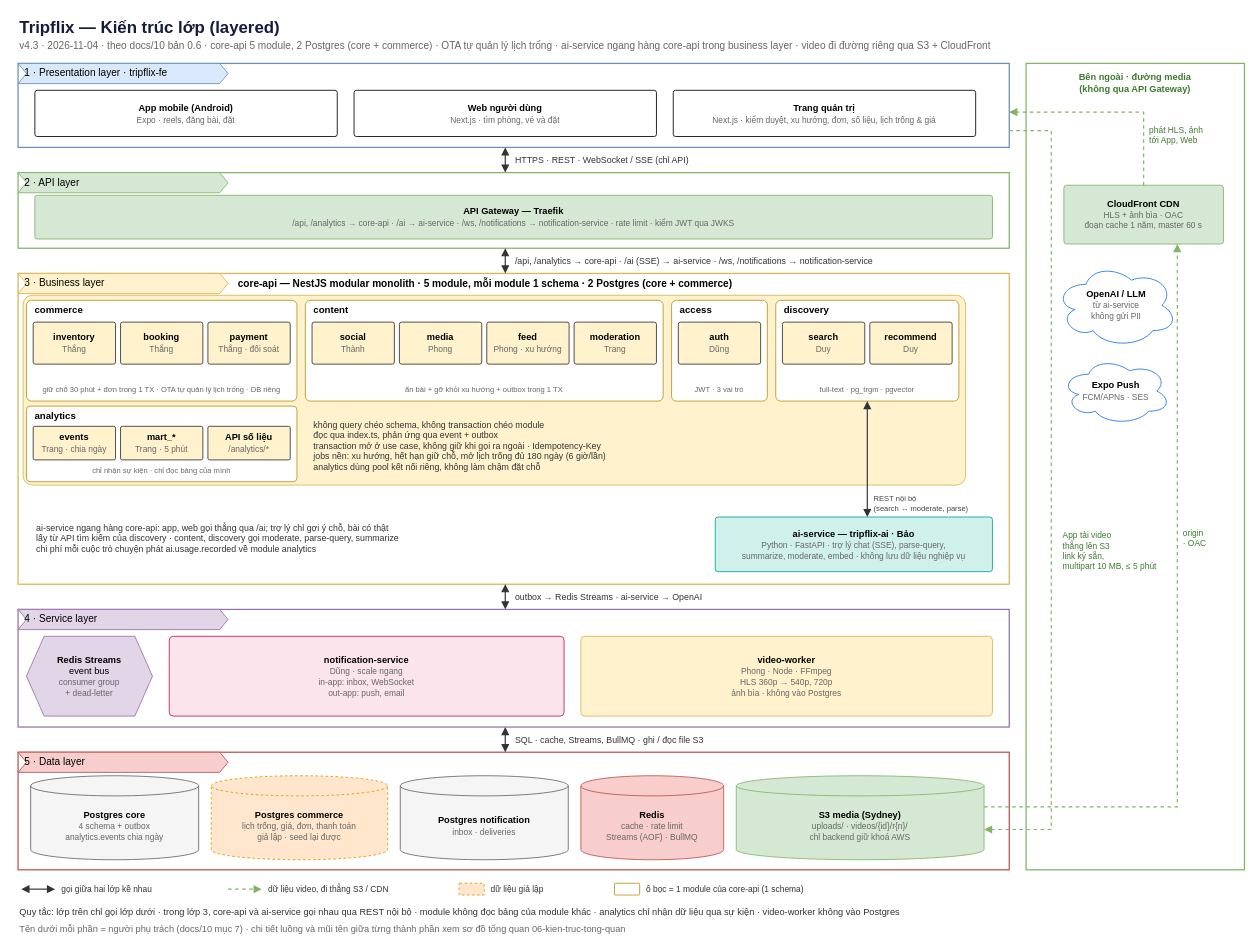
Earlier version of the draw.io diagram docs/architecture/06-kien-truc-lop.drawio (Sukemcute/tripflix-ai). Source tidied: cells renumbered, new cells numbered last; positions are measured from the earlier drawing's top-left corner, leaving out a move shared by most shapes. Both pictures are drawn from the tidied source at 84%, with x=0, y=0 at pixel (18, 14).
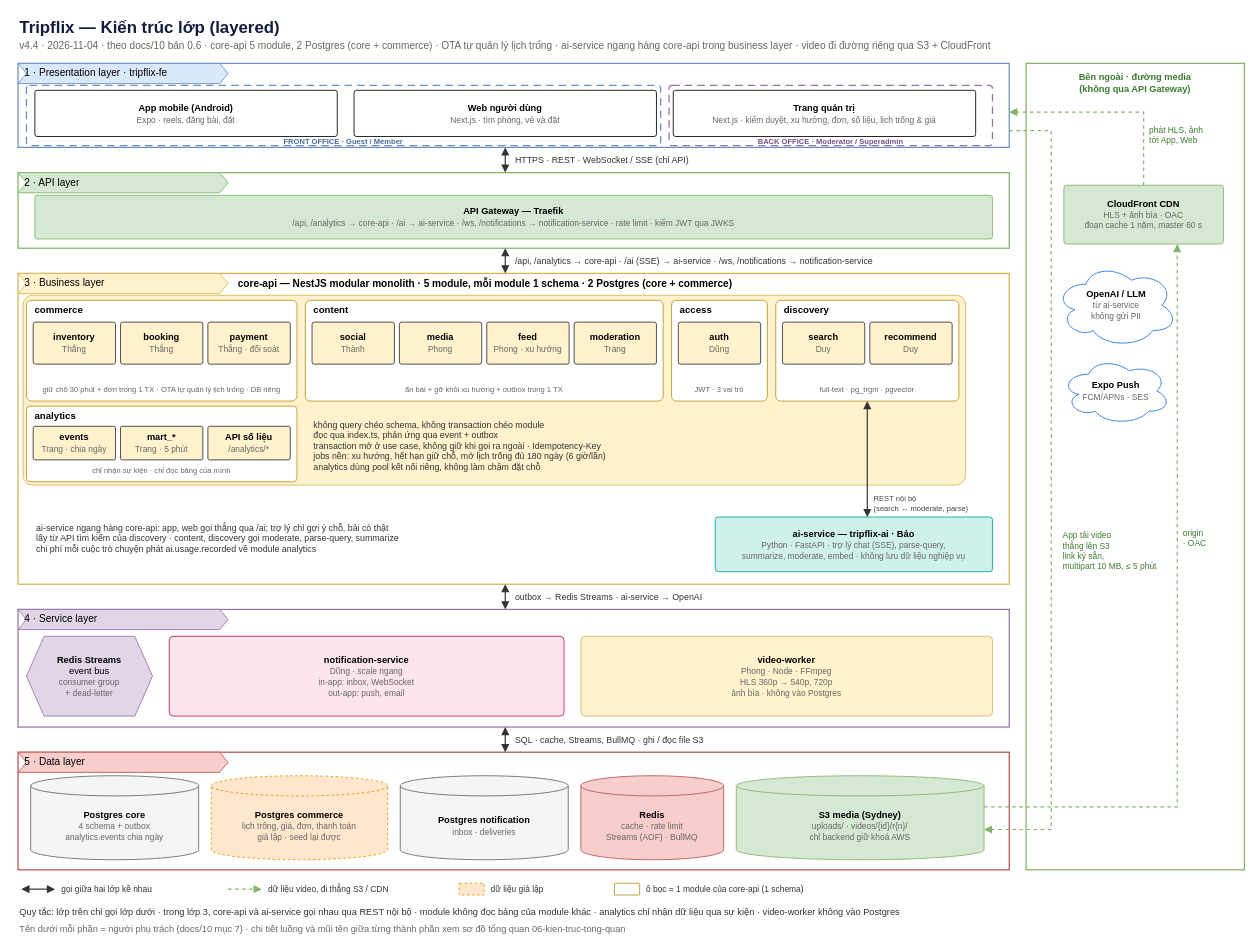
After the change.

Commit message (it also covers changes not shown here):
docs(repo): tách rõ Front Office và Back Office (TF57)

Diff of the diagram source:
```diff
@@
-    <mxCell id="3" value="v4.3 · 2026-11-04 · theo docs/10 bản 0.6 · core-api 5 module, 2 Postgres (core + commerce) · OTA tự quản lý lịch trống · ai-service ngang hàng core-api trong business layer · video đi đường riêng qua S3 + CloudFront" style="text;align=left;verticalAlign=middle;fontSize=12;fontColor=#666666;whiteSpace=wrap;html=1;fontFamily=Helvetica;" parent="1" vertex="1">
+    <mxCell id="3" value="v4.4 · 2026-11-04 · theo docs/10 bản 0.6 · core-api 5 module, 2 Postgres (core + commerce) · OTA tự quản lý lịch trống · ai-service ngang hàng core-api trong business layer · video đi đường riêng qua S3 + CloudFront" style="text;align=left;verticalAlign=middle;fontSize=12;fontColor=#666666;whiteSpace=wrap;html=1;fontFamily=Helvetica;" parent="1" vertex="1">
       <mxGeometry y="28" width="1460" height="18" as="geometry" />
     </mxCell>
@@
+    <mxCell id="90" style="rounded=1;arcSize=5;fillColor=none;strokeColor=#6c8ebf;strokeWidth=1.5;dashed=1;dashPattern=6 4;whiteSpace=wrap;html=1;" parent="1" vertex="1">
+      <mxGeometry x="10" y="84" width="755" height="72" as="geometry" />
+    </mxCell>
+    <mxCell id="91" value="&lt;b&gt;FRONT OFFICE&lt;/b&gt; · Guest / Member" style="text;align=center;verticalAlign=middle;fontSize=9;fontStyle=1;fontColor=#476c9c;whiteSpace=wrap;html=1;fontFamily=Helvetica;" parent="1" vertex="1">
+      <mxGeometry x="20" y="146" width="735" height="10" as="geometry" />
+    </mxCell>
@@
+    <mxCell id="92" style="rounded=1;arcSize=5;fillColor=none;strokeColor=#9673a6;strokeWidth=1.5;dashed=1;dashPattern=6 4;whiteSpace=wrap;html=1;" parent="1" vertex="1">
+      <mxGeometry x="775" y="84" width="385" height="72" as="geometry" />
+    </mxCell>
+    <mxCell id="93" value="&lt;b&gt;BACK OFFICE&lt;/b&gt; · Moderator / Superadmin" style="text;align=center;verticalAlign=middle;fontSize=9;fontStyle=1;fontColor=#765087;whiteSpace=wrap;html=1;fontFamily=Helvetica;" parent="1" vertex="1">
+      <mxGeometry x="785" y="146" width="365" height="10" as="geometry" />
+    </mxCell>
```
